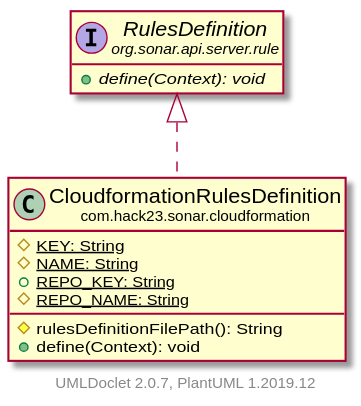
The PlantUML diagram testapidocs/com/hack23/sonar/cloudformation/CloudformationRulesDefinition.svg in Hack23/sonar-cloudformation-plugin, before a commit. Source of this version:
```plantuml
@startuml
    set namespaceSeparator none
    hide empty fields
    hide empty methods

    class "<size:14>CloudformationRulesDefinition\n<size:10>com.hack23.sonar.cloudformation" as com.hack23.sonar.cloudformation.CloudformationRulesDefinition [[CloudformationRulesDefinition.html]] {
        {static} #KEY: String
        {static} #NAME: String
        {static} +REPO_KEY: String
        {static} #REPO_NAME: String
        #rulesDefinitionFilePath(): String
        +define(Context): void
    }

    interface "<size:14>RulesDefinition\n<size:10>org.sonar.api.server.rule" as org.sonar.api.server.rule.RulesDefinition {
        {abstract} +define(Context): void
    }

    org.sonar.api.server.rule.RulesDefinition <|.. com.hack23.sonar.cloudformation.CloudformationRulesDefinition

    center footer UMLDoclet 2.0.7, PlantUML 1.2019.12
@enduml
```
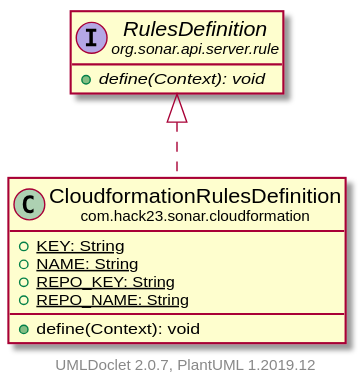
Above is the later version.

What changed in the source:
```diff
@@ -4,11 +4,10 @@
     hide empty methods
 
     class "<size:14>CloudformationRulesDefinition\n<size:10>com.hack23.sonar.cloudformation" as com.hack23.sonar.cloudformation.CloudformationRulesDefinition [[CloudformationRulesDefinition.html]] {
-        {static} #KEY: String
-        {static} #NAME: String
+        {static} +KEY: String
+        {static} +NAME: String
         {static} +REPO_KEY: String
-        {static} #REPO_NAME: String
-        #rulesDefinitionFilePath(): String
+        {static} +REPO_NAME: String
         +define(Context): void
     }
 
```
